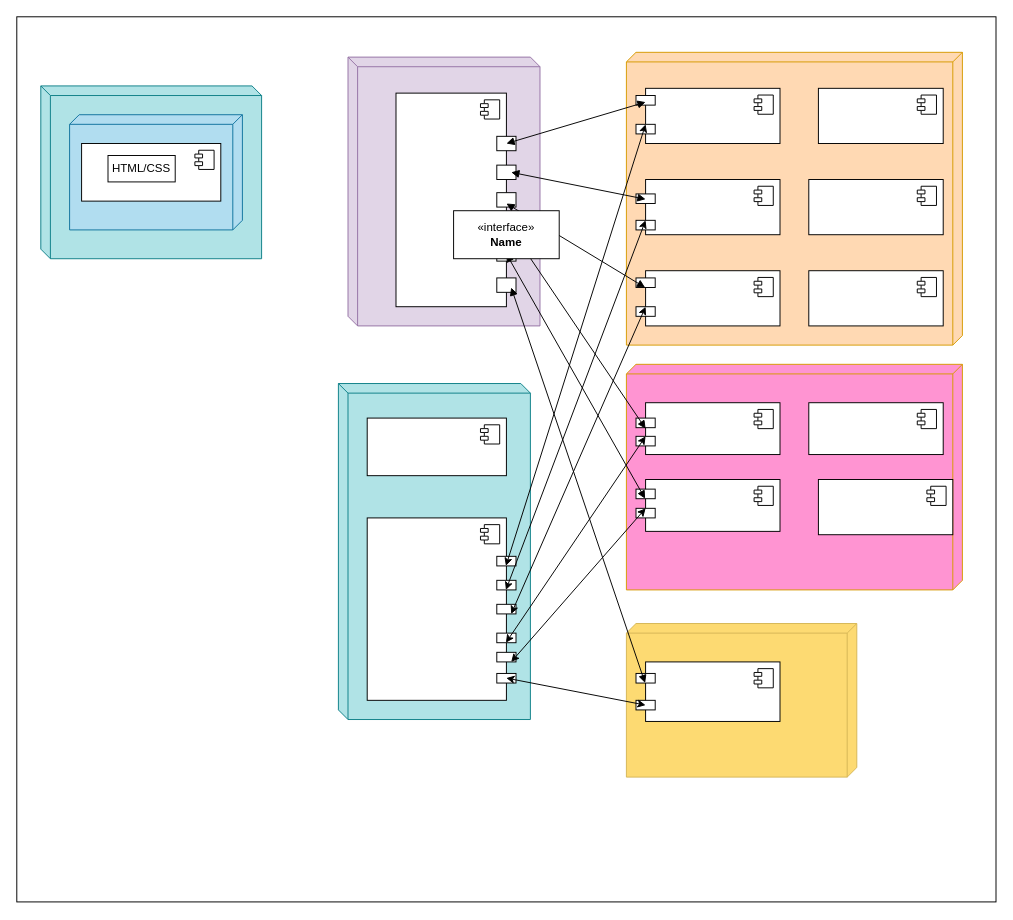
Above: deploymentDiagram.drawio in DozzyMontalo/eCommerceUserService (draw.io), before the change. Source tidied: cells renumbered, new cells numbered last; positions are measured from the earlier drawing's top-left corner, leaving out a move shared by most shapes. Both pictures are drawn from the tidied source at 96%, with x=0, y=0 at pixel (16, 16).
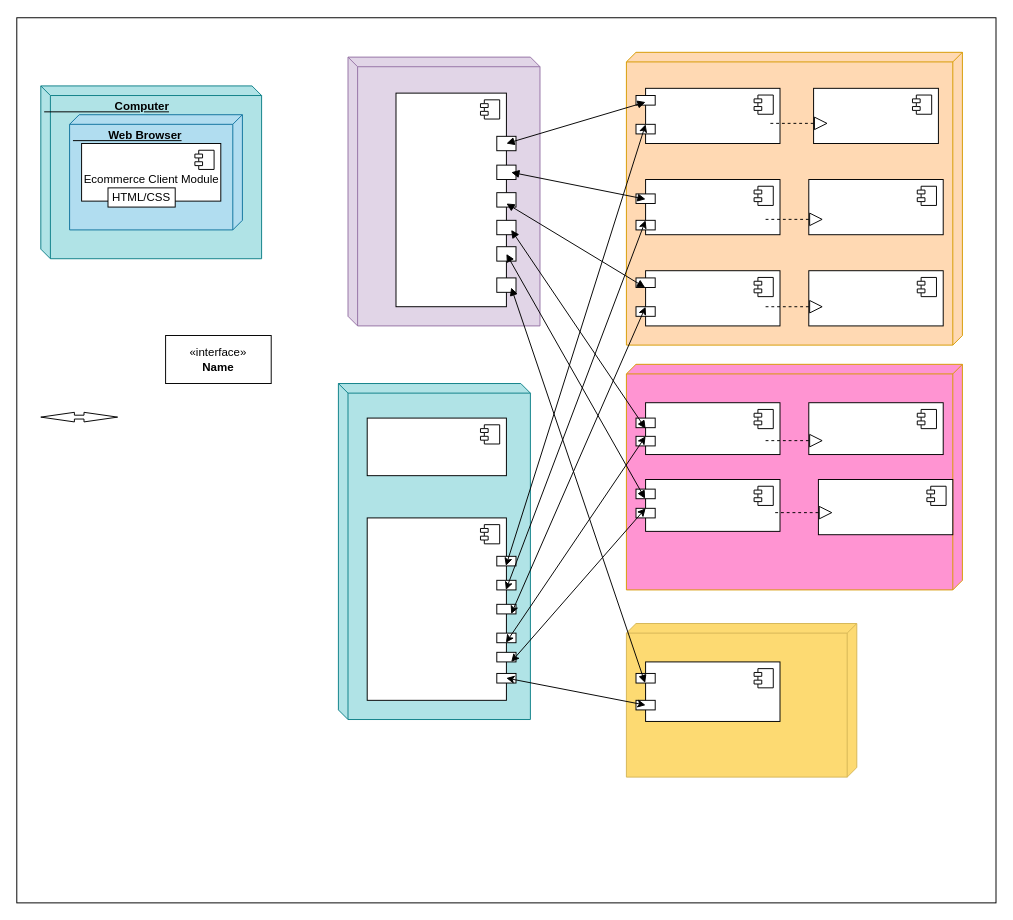
Above is the later version.

Diff of the diagram source:
```diff
@@
     <mxCell id="2" style="rounded=0;whiteSpace=wrap;html=1;" parent="1" vertex="1">
-      <mxGeometry width="1020" height="922" as="geometry" />
+      <mxGeometry y="1" width="1020" height="922" as="geometry" />
     </mxCell>
@@
-    <mxCell id="5" style="verticalAlign=top;align=left;spacingTop=8;spacingLeft=2;spacingRight=12;shape=cube;size=10;direction=east;fontStyle=4;html=1;whiteSpace=wrap;fillColor=#b0e3e6;strokeColor=#0e8088;" parent="1" vertex="1">
+    <mxCell id="5" value="&lt;b&gt;&amp;nbsp; &amp;nbsp; &amp;nbsp; &amp;nbsp; &amp;nbsp; &amp;nbsp; &amp;nbsp; &amp;nbsp; &amp;nbsp; &amp;nbsp; &amp;nbsp; Computer&lt;/b&gt;" style="verticalAlign=top;align=left;spacingTop=8;spacingLeft=2;spacingRight=12;shape=cube;size=10;direction=east;fontStyle=4;html=1;whiteSpace=wrap;fillColor=#b0e3e6;strokeColor=#0e8088;" parent="1" vertex="1">
       <mxGeometry x="25" y="72" width="230" height="180" as="geometry" />
     </mxCell>
@@
-    <mxCell id="8" style="verticalAlign=top;align=left;spacingTop=8;spacingLeft=2;spacingRight=12;shape=cube;size=10;direction=south;fontStyle=4;html=1;whiteSpace=wrap;fillColor=#b1ddf0;strokeColor=#10739e;" parent="1" vertex="1">
+    <mxCell id="8" value="&lt;b&gt;&amp;nbsp; &amp;nbsp; &amp;nbsp; &amp;nbsp; &amp;nbsp; &amp;nbsp;Web Browser&lt;/b&gt;" style="verticalAlign=top;align=left;spacingTop=8;spacingLeft=2;spacingRight=12;shape=cube;size=10;direction=south;fontStyle=4;html=1;whiteSpace=wrap;fillColor=#b1ddf0;strokeColor=#10739e;" parent="1" vertex="1">
       <mxGeometry x="55" y="102" width="180" height="120" as="geometry" />
     </mxCell>
@@
     <mxCell id="13" style="html=1;whiteSpace=wrap;direction=west;" parent="1" vertex="1">
-      <mxGeometry x="835" y="74.5" width="130" height="57.5" as="geometry" />
+      <mxGeometry x="830" y="74.5" width="130" height="57.5" as="geometry" />
     </mxCell>
@@
-    <mxCell id="75" style="html=1;whiteSpace=wrap;direction=south;" parent="1" vertex="1">
+    <mxCell id="75" value="&lt;div&gt;&lt;br&gt;&lt;/div&gt;Ecommerce Client Module" style="html=1;whiteSpace=wrap;direction=south;" parent="1" vertex="1">
       <mxGeometry x="67.5" y="132" width="145" height="60" as="geometry" />
     </mxCell>
@@
     <mxCell id="77" value="&amp;laquo;interface&amp;raquo;&lt;br&gt;&lt;b&gt;Name&lt;/b&gt;" style="html=1;whiteSpace=wrap;" parent="1" vertex="1">
-      <mxGeometry x="455" y="202" width="110" height="50" as="geometry" />
+      <mxGeometry x="155" y="332" width="110" height="50" as="geometry" />
     </mxCell>
     <mxCell id="78" value="HTML/CSS" style="html=1;whiteSpace=wrap;" parent="1" vertex="1">
-      <mxGeometry x="95" y="144.5" width="70" height="27.5" as="geometry" />
+      <mxGeometry x="95" y="178.2" width="70" height="20" as="geometry" />
     </mxCell>
+    <mxCell id="79" style="html=1;shadow=0;dashed=0;align=center;verticalAlign=middle;shape=mxgraph.arrows2.twoWayArrow;dy=0.6;dx=35;" parent="1" vertex="1">
+      <mxGeometry x="25" y="412" width="80" height="10" as="geometry" />
+    </mxCell>
+    <mxCell id="80" style="endArrow=block;dashed=1;endFill=0;endSize=12;html=1;rounded=0;" parent="1" edge="1">
+      <mxGeometry relative="1" as="geometry">
+        <mxPoint x="780" y="302" as="sourcePoint" />
+        <mxPoint x="840" y="302" as="targetPoint" />
+      </mxGeometry>
+    </mxCell>
+    <mxCell id="81" style="endArrow=block;dashed=1;endFill=0;endSize=12;html=1;rounded=0;" parent="1" edge="1">
+      <mxGeometry relative="1" as="geometry">
+        <mxPoint x="780" y="211" as="sourcePoint" />
+        <mxPoint x="840" y="211" as="targetPoint" />
+      </mxGeometry>
+    </mxCell>
+    <mxCell id="82" style="endArrow=block;dashed=1;endFill=0;endSize=12;html=1;rounded=0;" parent="1" edge="1">
+      <mxGeometry relative="1" as="geometry">
+        <mxPoint x="785" y="111" as="sourcePoint" />
+        <mxPoint x="845" y="111" as="targetPoint" />
+      </mxGeometry>
+    </mxCell>
+    <mxCell id="83" style="endArrow=block;dashed=1;endFill=0;endSize=12;html=1;rounded=0;" parent="1" edge="1">
+      <mxGeometry relative="1" as="geometry">
+        <mxPoint x="780" y="441.5" as="sourcePoint" />
+        <mxPoint x="840" y="441.5" as="targetPoint" />
+      </mxGeometry>
+    </mxCell>
+    <mxCell id="84" style="endArrow=block;dashed=1;endFill=0;endSize=12;html=1;rounded=0;" parent="1" edge="1">
+      <mxGeometry relative="1" as="geometry">
+        <mxPoint x="790" y="516.5" as="sourcePoint" />
+        <mxPoint x="850" y="516.5" as="targetPoint" />
+      </mxGeometry>
+    </mxCell>
```
